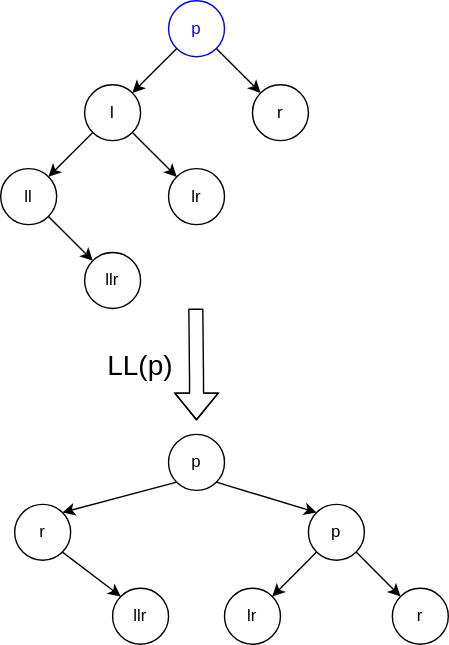
This is docs/tree/avl-tree/ll.drawio.svg from h-hg/data-structure-and-algorithm, a draw.io export, as it was before one commit. Source tidied: cells renumbered, new cells last; positions are measured from the earlier drawing's top-left corner, leaving out a move shared by most shapes. The source it was exported from:
```xml
<mxGraphModel>
  <root>
    <mxCell id="0" />
    <mxCell id="1" parent="0" />
    <mxCell id="2" value="l" style="ellipse;whiteSpace=wrap;html=1;" parent="1" vertex="1">
      <mxGeometry x="60" y="60" width="40" height="40" as="geometry" />
    </mxCell>
    <mxCell id="3" value="ll" style="ellipse;whiteSpace=wrap;html=1;" parent="1" vertex="1">
      <mxGeometry y="120" width="40" height="40" as="geometry" />
    </mxCell>
    <mxCell id="4" value="lr" style="ellipse;whiteSpace=wrap;html=1;" parent="1" vertex="1">
      <mxGeometry x="120" y="120" width="40" height="40" as="geometry" />
    </mxCell>
    <mxCell id="5" style="endArrow=classic;html=1;entryX=0;entryY=0;entryDx=0;entryDy=0;exitX=1;exitY=1;exitDx=0;exitDy=0;" parent="1" edge="1" source="2" target="4">
      <mxGeometry relative="1" as="geometry" />
    </mxCell>
    <mxCell id="6" style="endArrow=classic;html=1;entryX=1;entryY=0;entryDx=0;entryDy=0;exitX=0;exitY=1;exitDx=0;exitDy=0;" parent="1" edge="1" source="2" target="3">
      <mxGeometry relative="1" as="geometry" />
    </mxCell>
    <mxCell id="7" style="endArrow=classic;html=1;exitX=1;exitY=1;exitDx=0;exitDy=0;entryX=0.146;entryY=0.146;entryDx=0;entryDy=0;entryPerimeter=0;" parent="1" edge="1" source="3" target="25">
      <mxGeometry relative="1" as="geometry" />
    </mxCell>
    <mxCell id="8" value="r" style="ellipse;whiteSpace=wrap;html=1;" parent="1" vertex="1">
      <mxGeometry x="180" y="60" width="40" height="40" as="geometry" />
    </mxCell>
    <mxCell id="9" value="&lt;font color=&quot;#0000ff&quot;&gt;p&lt;/font&gt;" style="ellipse;whiteSpace=wrap;html=1;strokeColor=#0000FF;" parent="1" vertex="1">
      <mxGeometry x="120" width="40" height="40" as="geometry" />
    </mxCell>
    <mxCell id="10" style="endArrow=classic;html=1;exitX=1;exitY=1;exitDx=0;exitDy=0;entryX=0;entryY=0;entryDx=0;entryDy=0;" parent="1" edge="1" source="9" target="8">
      <mxGeometry relative="1" as="geometry" />
    </mxCell>
    <mxCell id="11" style="endArrow=classic;html=1;exitX=0;exitY=1;exitDx=0;exitDy=0;entryX=1;entryY=0;entryDx=0;entryDy=0;" parent="1" edge="1" source="9" target="2">
      <mxGeometry relative="1" as="geometry" />
    </mxCell>
    <mxCell id="12" style="shape=flexArrow;endArrow=classic;html=1;" parent="1" edge="1">
      <mxGeometry relative="1" as="geometry">
        <mxPoint x="139.5" y="220" as="sourcePoint" />
        <mxPoint x="140" y="300" as="targetPoint" />
        <Array as="points">
          <mxPoint x="140" y="270" />
        </Array>
      </mxGeometry>
    </mxCell>
    <mxCell id="13" value="&lt;font style=&quot;font-size: 20px&quot;&gt;LL(p)&lt;/font&gt;" style="text;html=1;strokeColor=none;fillColor=none;align=center;verticalAlign=middle;whiteSpace=wrap;rounded=0;" parent="1" vertex="1">
      <mxGeometry x="70" y="250" width="60" height="20" as="geometry" />
    </mxCell>
    <mxCell id="14" value="p" style="ellipse;whiteSpace=wrap;html=1;" parent="1" vertex="1">
      <mxGeometry x="220" y="360" width="40" height="40" as="geometry" />
    </mxCell>
    <mxCell id="15" value="lr" style="ellipse;whiteSpace=wrap;html=1;" parent="1" vertex="1">
      <mxGeometry x="160" y="420" width="40" height="40" as="geometry" />
    </mxCell>
    <mxCell id="16" value="r" style="ellipse;whiteSpace=wrap;html=1;" parent="1" vertex="1">
      <mxGeometry x="280" y="420" width="40" height="40" as="geometry" />
    </mxCell>
    <mxCell id="17" style="endArrow=classic;html=1;entryX=0;entryY=0;entryDx=0;entryDy=0;exitX=1;exitY=1;exitDx=0;exitDy=0;" parent="1" edge="1" source="14" target="16">
      <mxGeometry relative="1" as="geometry" />
    </mxCell>
    <mxCell id="18" style="endArrow=classic;html=1;entryX=1;entryY=0;entryDx=0;entryDy=0;exitX=0;exitY=1;exitDx=0;exitDy=0;" parent="1" edge="1" source="14" target="15">
      <mxGeometry relative="1" as="geometry" />
    </mxCell>
    <mxCell id="19" style="endArrow=classic;html=1;exitX=1;exitY=1;exitDx=0;exitDy=0;entryX=0;entryY=0;entryDx=0;entryDy=0;" parent="1" edge="1" source="20" target="24">
      <mxGeometry relative="1" as="geometry" />
    </mxCell>
    <mxCell id="20" value="r" style="ellipse;whiteSpace=wrap;html=1;" parent="1" vertex="1">
      <mxGeometry x="10" y="360" width="40" height="40" as="geometry" />
    </mxCell>
    <mxCell id="21" value="p" style="ellipse;whiteSpace=wrap;html=1;" parent="1" vertex="1">
      <mxGeometry x="120" y="310" width="40" height="40" as="geometry" />
    </mxCell>
    <mxCell id="22" style="endArrow=classic;html=1;exitX=1;exitY=1;exitDx=0;exitDy=0;entryX=0;entryY=0;entryDx=0;entryDy=0;" parent="1" edge="1" source="21" target="14">
      <mxGeometry relative="1" as="geometry" />
    </mxCell>
    <mxCell id="23" style="endArrow=classic;html=1;exitX=0;exitY=1;exitDx=0;exitDy=0;entryX=1;entryY=0;entryDx=0;entryDy=0;" parent="1" edge="1" source="21" target="20">
      <mxGeometry relative="1" as="geometry" />
    </mxCell>
    <mxCell id="24" value="llr" style="ellipse;whiteSpace=wrap;html=1;" parent="1" vertex="1">
      <mxGeometry x="80" y="420" width="40" height="40" as="geometry" />
    </mxCell>
    <mxCell id="25" value="llr" style="ellipse;whiteSpace=wrap;html=1;" parent="1" vertex="1">
      <mxGeometry x="60" y="180" width="40" height="40" as="geometry" />
    </mxCell>
  </root>
</mxGraphModel>
```
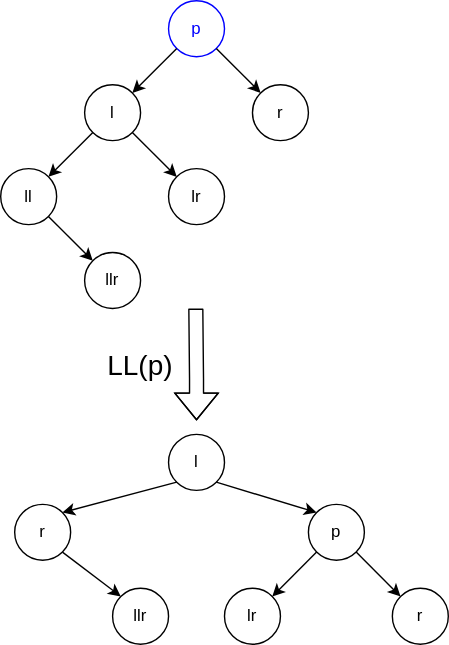
Later version of the same file.

What changed in the source:
```diff
@@ -65,7 +65,7 @@
     <mxCell id="20" value="r" style="ellipse;whiteSpace=wrap;html=1;" parent="1" vertex="1">
       <mxGeometry x="10" y="360" width="40" height="40" as="geometry" />
     </mxCell>
-    <mxCell id="21" value="p" style="ellipse;whiteSpace=wrap;html=1;" parent="1" vertex="1">
+    <mxCell id="21" value="l" style="ellipse;whiteSpace=wrap;html=1;" parent="1" vertex="1">
       <mxGeometry x="120" y="310" width="40" height="40" as="geometry" />
     </mxCell>
     <mxCell id="22" style="endArrow=classic;html=1;exitX=1;exitY=1;exitDx=0;exitDy=0;entryX=0;entryY=0;entryDx=0;entryDy=0;" parent="1" edge="1" source="21" target="14">
```
